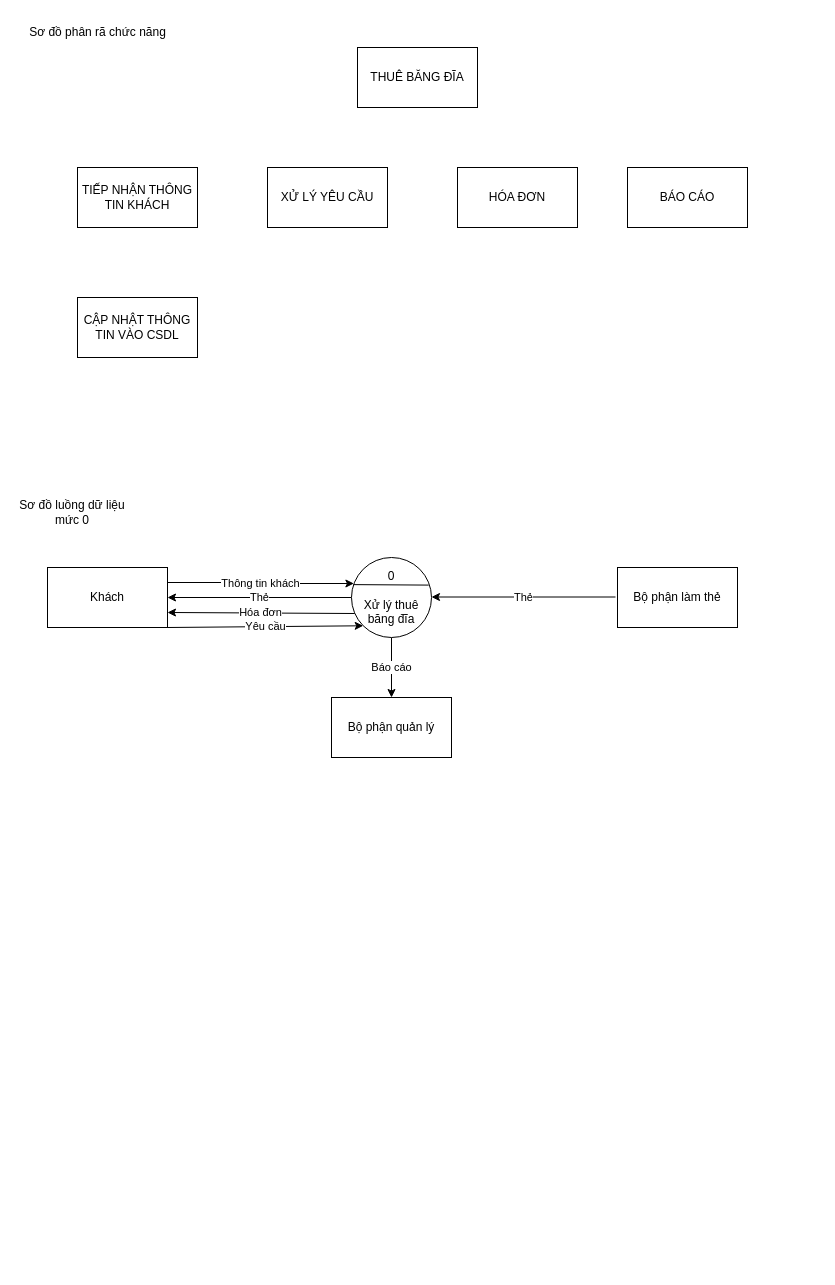
The draw.io diagram Biểu đồ không có tiêu đề 2.drawio in InfiniteByte1811/branch1, before the edit. Source tidied: cells renumbered, new cells numbered last; positions are measured from the earlier drawing's top-left corner, leaving out a move shared by most shapes. Both pictures are drawn from the tidied source at 100%, with x=0, y=0 at pixel (17, 17).
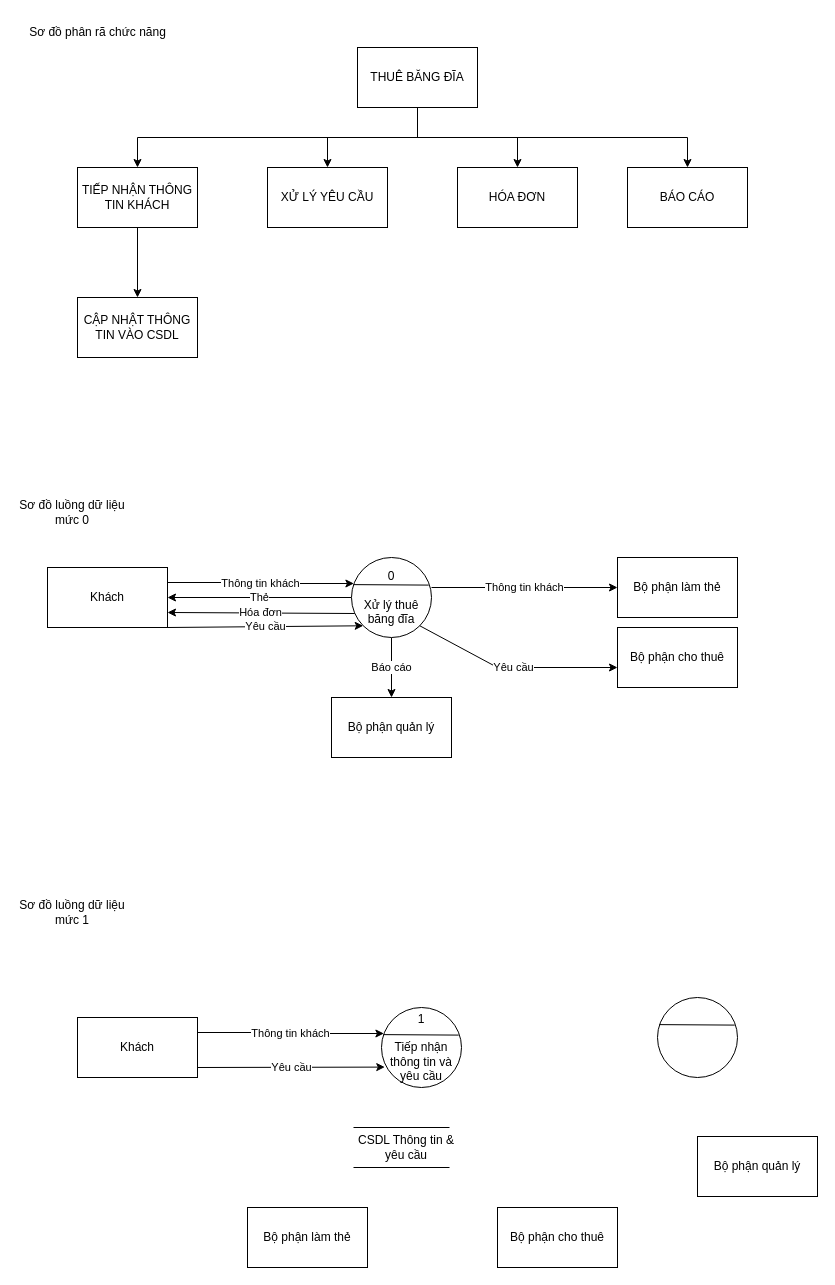
The same diagram, later.

Commit message:
Cập nhật Biểu đồ không có tiêu đề 2.drawio

Unchanged cells that the change refers to:
```xml
<mxCell id="2" value="THUÊ BĂNG ĐĨA" style="rounded=0;whiteSpace=wrap;html=1;" parent="1" vertex="1">
  <mxGeometry x="340" y="30" width="120" height="60" as="geometry" />
</mxCell>
<mxCell id="3" value="TIẾP NHẬN THÔNG TIN KHÁCH" style="rounded=0;whiteSpace=wrap;html=1;" parent="1" vertex="1">
  <mxGeometry x="60" y="150" width="120" height="60" as="geometry" />
</mxCell>
<mxCell id="4" value="CẬP NHẬT THÔNG TIN VÀO CSDL" style="rounded=0;whiteSpace=wrap;html=1;" parent="1" vertex="1">
  <mxGeometry x="60" y="280" width="120" height="60" as="geometry" />
</mxCell>
<mxCell id="5" value="XỬ LÝ YÊU CẦU" style="rounded=0;whiteSpace=wrap;html=1;" parent="1" vertex="1">
  <mxGeometry x="250" y="150" width="120" height="60" as="geometry" />
</mxCell>
<mxCell id="6" value="HÓA ĐƠN" style="rounded=0;whiteSpace=wrap;html=1;" parent="1" vertex="1">
  <mxGeometry x="440" y="150" width="120" height="60" as="geometry" />
</mxCell>
<mxCell id="7" value="BÁO CÁO" style="rounded=0;whiteSpace=wrap;html=1;" parent="1" vertex="1">
  <mxGeometry x="610" y="150" width="120" height="60" as="geometry" />
</mxCell>
<mxCell id="12" value="0&lt;br&gt;&lt;br&gt;Xử lý thuê băng đĩa" style="ellipse;whiteSpace=wrap;html=1;" parent="1" vertex="1">
  <mxGeometry x="334" y="540" width="80" height="80" as="geometry" />
</mxCell>
```

What changed in the source:
```diff
@@
+    <mxCell id="21" style="edgeStyle=orthogonalEdgeStyle;rounded=0;jettySize=auto;html=1;entryX=0.5;entryY=0;entryDx=0;entryDy=0;" parent="1" edge="1" source="2" target="3">
+      <mxGeometry relative="1" as="geometry">
+        <Array as="points">
+          <mxPoint x="400" y="120" />
+          <mxPoint x="120" y="120" />
+        </Array>
+      </mxGeometry>
+    </mxCell>
+    <mxCell id="22" style="edgeStyle=orthogonalEdgeStyle;rounded=0;jettySize=auto;html=1;entryX=0.5;entryY=0;entryDx=0;entryDy=0;" parent="1" edge="1" source="2" target="5">
+      <mxGeometry relative="1" as="geometry" />
+    </mxCell>
+    <mxCell id="23" style="edgeStyle=orthogonalEdgeStyle;rounded=0;jettySize=auto;html=1;entryX=0.5;entryY=0;entryDx=0;entryDy=0;" parent="1" edge="1" source="2" target="7">
+      <mxGeometry relative="1" as="geometry">
+        <Array as="points">
+          <mxPoint x="400" y="120" />
+          <mxPoint x="670" y="120" />
+        </Array>
+      </mxGeometry>
+    </mxCell>
+    <mxCell id="24" style="edgeStyle=orthogonalEdgeStyle;rounded=0;jettySize=auto;html=1;entryX=0.5;entryY=0;entryDx=0;entryDy=0;" parent="1" edge="1" source="2" target="6">
+      <mxGeometry relative="1" as="geometry" />
+    </mxCell>
@@
+    <mxCell id="25" style="edgeStyle=orthogonalEdgeStyle;rounded=0;jettySize=auto;html=1;" parent="1" edge="1" source="3" target="4">
+      <mxGeometry relative="1" as="geometry" />
+    </mxCell>
@@
     <mxCell id="16" value="Bộ phận làm thẻ" style="rounded=0;whiteSpace=wrap;html=1;" parent="1" vertex="1">
-      <mxGeometry x="600" y="550" width="120" height="60" as="geometry" />
+      <mxGeometry x="600" y="540" width="120" height="60" as="geometry" />
     </mxCell>
@@
-    <mxCell id="18" value="Thẻ" style="edgeStyle=orthogonalEdgeStyle;rounded=0;orthogonalLoop=1;jettySize=auto;html=1;exitX=0;exitY=0.5;exitDx=0;exitDy=0;entryX=1;entryY=0.5;entryDx=0;entryDy=0;" parent="1" edge="1">
-      <mxGeometry relative="1" as="geometry">
-        <mxPoint x="598" y="579.5" as="sourcePoint" />
-        <mxPoint x="414" y="579.5" as="targetPoint" />
-      </mxGeometry>
-    </mxCell>
@@
+    <mxCell id="26" value="Sơ đồ luồng dữ liệu mức 1" style="text;html=1;strokeColor=none;fillColor=none;align=center;verticalAlign=middle;whiteSpace=wrap;rounded=0;" parent="1" vertex="1">
+      <mxGeometry y="870" width="110" height="50" as="geometry" />
+    </mxCell>
+    <mxCell id="27" value="1&lt;br&gt;&lt;br&gt;Tiếp nhận thông tin và yêu cầu" style="ellipse;whiteSpace=wrap;html=1;" parent="1" vertex="1">
+      <mxGeometry x="364" y="990" width="80" height="80" as="geometry" />
+    </mxCell>
+    <mxCell id="28" style="endArrow=none;html=1;rounded=0;entryX=0.965;entryY=0.345;entryDx=0;entryDy=0;entryPerimeter=0;exitX=0.024;exitY=0.339;exitDx=0;exitDy=0;exitPerimeter=0;" parent="1" edge="1" source="27" target="27">
+      <mxGeometry relative="1" as="geometry" />
+    </mxCell>
+    <mxCell id="29" value="Thông tin khách" style="edgeStyle=orthogonalEdgeStyle;rounded=0;jettySize=auto;html=1;exitX=1;exitY=0.25;exitDx=0;exitDy=0;entryX=0.03;entryY=0.325;entryDx=0;entryDy=0;entryPerimeter=0;" parent="1" edge="1" source="30" target="27">
+      <mxGeometry relative="1" as="geometry" />
+    </mxCell>
+    <mxCell id="30" value="Khách" style="rounded=0;whiteSpace=wrap;html=1;" parent="1" vertex="1">
+      <mxGeometry x="60" y="1000" width="120" height="60" as="geometry" />
+    </mxCell>
+    <mxCell id="31" value="Bộ phận làm thẻ" style="rounded=0;whiteSpace=wrap;html=1;" parent="1" vertex="1">
+      <mxGeometry x="230" y="1190" width="120" height="60" as="geometry" />
+    </mxCell>
+    <mxCell id="32" value="Bộ phận quản lý" style="rounded=0;whiteSpace=wrap;html=1;" parent="1" vertex="1">
+      <mxGeometry x="680" y="1119" width="120" height="60" as="geometry" />
+    </mxCell>
+    <mxCell id="33" value="Yêu cầu" style="endArrow=classic;html=1;rounded=0;entryX=0.041;entryY=0.745;entryDx=0;entryDy=0;entryPerimeter=0;" parent="1" edge="1" target="27">
+      <mxGeometry relative="1" as="geometry">
+        <mxPoint x="180" y="1050" as="sourcePoint" />
+      </mxGeometry>
+    </mxCell>
+    <mxCell id="34" value="Bộ phận cho thuê" style="rounded=0;whiteSpace=wrap;html=1;" parent="1" vertex="1">
+      <mxGeometry x="600" y="610" width="120" height="60" as="geometry" />
+    </mxCell>
+    <mxCell id="35" value="Yêu cầu" style="endArrow=classic;html=1;rounded=0;exitX=1;exitY=1;exitDx=0;exitDy=0;" parent="1" edge="1" source="12">
+      <mxGeometry relative="1" as="geometry">
+        <mxPoint x="600" y="650" as="targetPoint" />
+        <Array as="points">
+          <mxPoint x="480" y="650" />
+        </Array>
+      </mxGeometry>
+    </mxCell>
+    <mxCell id="36" value="Thông tin khách" style="endArrow=classic;html=1;rounded=0;entryX=0;entryY=0.5;entryDx=0;entryDy=0;" parent="1" edge="1" target="16">
+      <mxGeometry relative="1" as="geometry">
+        <mxPoint x="414" y="570" as="sourcePoint" />
+      </mxGeometry>
+    </mxCell>
+    <mxCell id="37" style="ellipse;whiteSpace=wrap;html=1;" parent="1" vertex="1">
+      <mxGeometry x="640" y="980" width="80" height="80" as="geometry" />
+    </mxCell>
+    <mxCell id="38" style="endArrow=none;html=1;rounded=0;entryX=0.965;entryY=0.345;entryDx=0;entryDy=0;entryPerimeter=0;exitX=0.024;exitY=0.339;exitDx=0;exitDy=0;exitPerimeter=0;" parent="1" edge="1" source="37" target="37">
+      <mxGeometry relative="1" as="geometry" />
+    </mxCell>
+    <mxCell id="39" value="Bộ phận cho thuê" style="rounded=0;whiteSpace=wrap;html=1;" parent="1" vertex="1">
+      <mxGeometry x="480" y="1190" width="120" height="60" as="geometry" />
+    </mxCell>
+    <mxCell id="40" style="endArrow=none;html=1;rounded=0;" parent="1" edge="1">
+      <mxGeometry relative="1" as="geometry">
+        <mxPoint x="336" y="1110" as="sourcePoint" />
+        <mxPoint x="432" y="1110" as="targetPoint" />
+      </mxGeometry>
+    </mxCell>
+    <mxCell id="41" style="endArrow=none;html=1;rounded=0;" parent="1" edge="1">
+      <mxGeometry relative="1" as="geometry">
+        <mxPoint x="336" y="1150" as="sourcePoint" />
+        <mxPoint x="432" y="1150" as="targetPoint" />
+      </mxGeometry>
+    </mxCell>
+    <mxCell id="42" value="CSDL Thông tin &amp;amp; yêu cầu" style="text;html=1;strokeColor=none;fillColor=none;align=center;verticalAlign=middle;whiteSpace=wrap;rounded=0;" parent="1" vertex="1">
+      <mxGeometry x="334" y="1110" width="110" height="40" as="geometry" />
+    </mxCell>
```
